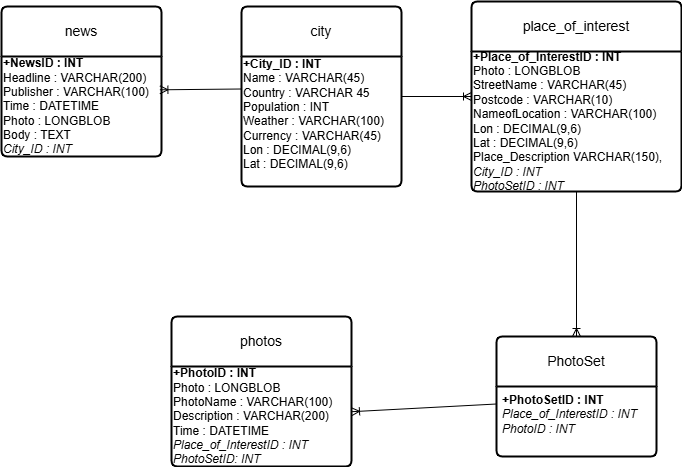
Earlier version of the draw.io export ER Models/LogicalERModel.png (ArafatRChowdhury/DSATwinCities). Source tidied: cells renumbered, new cells last; positions are measured from the earlier drawing's top-left corner, leaving out a move shared by most shapes.
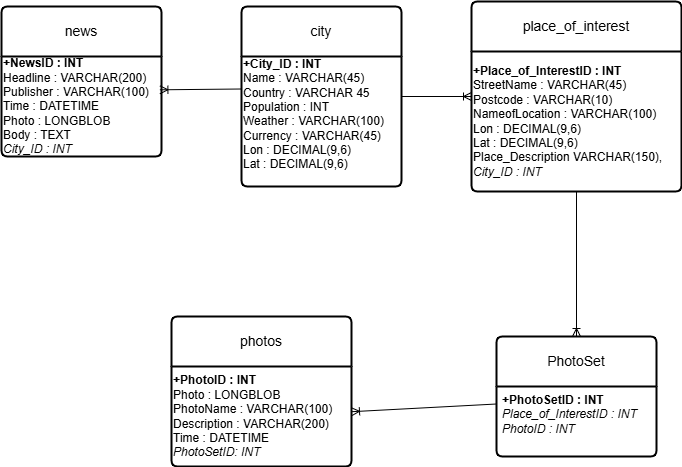
Later version of the same file.

What changed in the source:
```diff
@@ -11,13 +11,13 @@
     <mxCell id="4" value="place_of_interest" style="swimlane;horizontal=1;startSize=50;rounded=1;fontSize=14;fontStyle=0;strokeWidth=2;shadow=0;dashed=0;align=center;arcSize=4;whiteSpace=wrap;html=1;" parent="1" vertex="1">
       <mxGeometry x="470" width="210" height="190" as="geometry" />
     </mxCell>
-    <mxCell id="5" value="&lt;b&gt;+Place_of_InterestID : INT&lt;/b&gt;&lt;div&gt;Photo : LONGBLOB&lt;/div&gt;&lt;div&gt;StreetName : VARCHAR(45)&lt;/div&gt;&lt;div&gt;Postcode : VARCHAR(10)&lt;/div&gt;&lt;div&gt;NameofLocation : VARCHAR(100)&lt;/div&gt;&lt;div&gt;Lon : DECIMAL(9,6)&lt;/div&gt;&lt;div&gt;Lat : DECIMAL(9,6)&lt;/div&gt;&lt;div&gt;Place_Description VARCHAR(150),&lt;/div&gt;&lt;div&gt;&lt;div&gt;&lt;i&gt;City_ID : INT&lt;/i&gt;&lt;/div&gt;&lt;/div&gt;&lt;div&gt;&lt;i&gt;PhotoSetID : INT&lt;/i&gt;&lt;/div&gt;" style="text;html=1;align=left;verticalAlign=middle;whiteSpace=wrap;rounded=0;" parent="4" vertex="1">
+    <mxCell id="5" value="&lt;b&gt;+Place_of_InterestID : INT&lt;/b&gt;&lt;div&gt;StreetName : VARCHAR(45)&lt;/div&gt;&lt;div&gt;Postcode : VARCHAR(10)&lt;/div&gt;&lt;div&gt;NameofLocation : VARCHAR(100)&lt;/div&gt;&lt;div&gt;Lon : DECIMAL(9,6)&lt;/div&gt;&lt;div&gt;Lat : DECIMAL(9,6)&lt;/div&gt;&lt;div&gt;Place_Description VARCHAR(150),&lt;/div&gt;&lt;div&gt;&lt;div&gt;&lt;i&gt;City_ID : INT&lt;/i&gt;&lt;/div&gt;&lt;/div&gt;" style="text;html=1;align=left;verticalAlign=middle;whiteSpace=wrap;rounded=0;" parent="4" vertex="1">
       <mxGeometry y="50" width="210" height="140" as="geometry" />
     </mxCell>
     <mxCell id="6" value="photos" style="swimlane;horizontal=1;startSize=50;rounded=1;fontSize=14;fontStyle=0;strokeWidth=2;shadow=0;dashed=0;align=center;arcSize=4;whiteSpace=wrap;html=1;" parent="1" vertex="1">
       <mxGeometry x="170" y="315" width="180" height="150" as="geometry" />
     </mxCell>
-    <mxCell id="7" value="&lt;b&gt;+PhotoID : INT&lt;/b&gt;&lt;div&gt;Photo : LONGBLOB&lt;/div&gt;&lt;div&gt;PhotoName : VARCHAR(100)&lt;/div&gt;&lt;div&gt;Description : VARCHAR(200)&lt;/div&gt;&lt;div&gt;Time : DATETIME&lt;/div&gt;&lt;div&gt;&lt;i&gt;Place_of_InterestID : INT&lt;/i&gt;&lt;/div&gt;&lt;div&gt;&lt;i&gt;PhotoSetID: INT&lt;/i&gt;&lt;/div&gt;" style="text;html=1;align=left;verticalAlign=middle;points=[];strokeColor=none;fillColor=none;" parent="6" vertex="1">
+    <mxCell id="7" value="&lt;b&gt;+PhotoID : INT&lt;/b&gt;&lt;div&gt;Photo : LONGBLOB&lt;/div&gt;&lt;div&gt;PhotoName : VARCHAR(100)&lt;/div&gt;&lt;div&gt;Description : VARCHAR(200)&lt;/div&gt;&lt;div&gt;Time : DATETIME&lt;/div&gt;&lt;div&gt;&lt;i&gt;PhotoSetID: INT&lt;/i&gt;&lt;/div&gt;" style="text;html=1;align=left;verticalAlign=middle;points=[];strokeColor=none;fillColor=none;" parent="6" vertex="1">
       <mxGeometry y="50" width="180" height="100" as="geometry" />
     </mxCell>
     <mxCell id="8" value="news" style="swimlane;horizontal=1;startSize=50;rounded=1;fontSize=14;fontStyle=0;strokeWidth=2;shadow=0;dashed=0;align=center;arcSize=4;whiteSpace=wrap;html=1;" parent="1" vertex="1">
```
